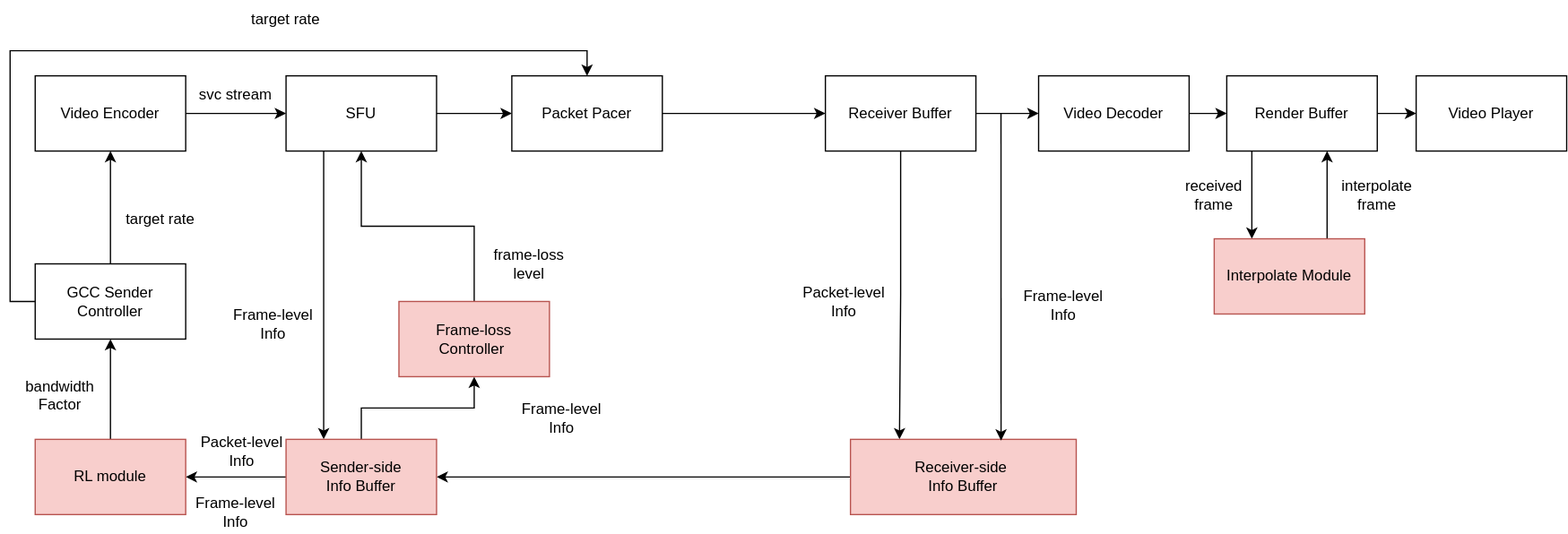
Before: system.drawio.svg, a diagram exported from draw.io (xiaosayin/c-educoder). Source tidied: cells renumbered, new cells last; positions are measured from the earlier drawing's top-left corner, leaving out a move shared by most shapes.
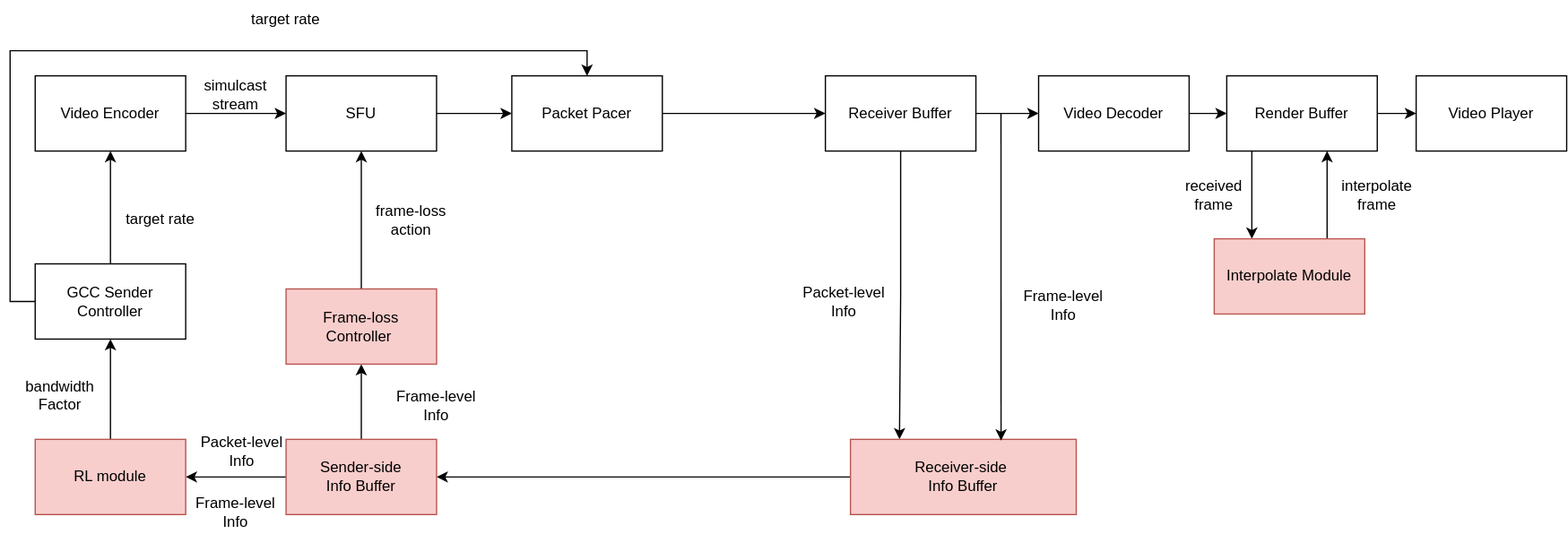
After the commit.

Change to the diagram source:
```diff
@@ -11,13 +11,10 @@
     <mxCell id="4" style="edgeStyle=orthogonalEdgeStyle;rounded=0;jettySize=auto;html=1;" parent="1" edge="1" source="6" target="9">
       <mxGeometry relative="1" as="geometry" />
     </mxCell>
-    <mxCell id="5" style="edgeStyle=orthogonalEdgeStyle;rounded=0;jettySize=auto;html=1;exitX=0.25;exitY=1;exitDx=0;exitDy=0;entryX=0.25;entryY=0;entryDx=0;entryDy=0;" parent="1" edge="1" source="6" target="30">
-      <mxGeometry relative="1" as="geometry" />
-    </mxCell>
     <mxCell id="6" value="SFU" style="rounded=0;whiteSpace=wrap;html=1;" parent="1" vertex="1">
       <mxGeometry x="210" y="60" width="120" height="60" as="geometry" />
     </mxCell>
-    <mxCell id="7" value="svc stream" style="text;html=1;strokeColor=none;fillColor=none;align=center;verticalAlign=middle;whiteSpace=wrap;rounded=0;" parent="1" vertex="1">
+    <mxCell id="7" value="simulcast stream" style="text;html=1;strokeColor=none;fillColor=none;align=center;verticalAlign=middle;whiteSpace=wrap;rounded=0;" parent="1" vertex="1">
       <mxGeometry x="140" y="60" width="60" height="30" as="geometry" />
     </mxCell>
     <mxCell id="8" style="edgeStyle=orthogonalEdgeStyle;rounded=0;jettySize=auto;html=1;exitX=1;exitY=0.5;exitDx=0;exitDy=0;" parent="1" edge="1" source="9" target="12">
@@ -110,10 +107,10 @@
       <mxGeometry relative="1" as="geometry" />
     </mxCell>
     <mxCell id="32" value="Frame-loss Controller&amp;nbsp;" style="rounded=0;whiteSpace=wrap;html=1;fillColor=#f8cecc;strokeColor=#b85450;" parent="1" vertex="1">
-      <mxGeometry x="300" y="240" width="120" height="60" as="geometry" />
+      <mxGeometry x="210" y="230" width="120" height="60" as="geometry" />
     </mxCell>
     <mxCell id="33" value="Frame-level&lt;br&gt;Info" style="text;html=1;strokeColor=none;fillColor=none;align=center;verticalAlign=middle;whiteSpace=wrap;rounded=0;" parent="1" vertex="1">
-      <mxGeometry x="380" y="315" width="100" height="35" as="geometry" />
+      <mxGeometry x="280" y="305" width="100" height="35" as="geometry" />
     </mxCell>
     <mxCell id="34" style="edgeStyle=orthogonalEdgeStyle;rounded=0;jettySize=auto;html=1;" parent="1" edge="1" source="35" target="40">
       <mxGeometry relative="1" as="geometry" />
@@ -145,11 +142,8 @@
     <mxCell id="43" value="target rate" style="text;html=1;strokeColor=none;fillColor=none;align=center;verticalAlign=middle;whiteSpace=wrap;rounded=0;" parent="1" vertex="1">
       <mxGeometry x="180" width="60" height="30" as="geometry" />
     </mxCell>
-    <mxCell id="44" value="Frame-level&lt;br&gt;Info" style="text;html=1;strokeColor=none;fillColor=none;align=center;verticalAlign=middle;whiteSpace=wrap;rounded=0;" parent="1" vertex="1">
-      <mxGeometry x="150" y="240" width="100" height="35" as="geometry" />
-    </mxCell>
-    <mxCell id="45" value="frame-loss level" style="text;html=1;strokeColor=none;fillColor=none;align=center;verticalAlign=middle;whiteSpace=wrap;rounded=0;" parent="1" vertex="1">
-      <mxGeometry x="374" y="195" width="60" height="30" as="geometry" />
+    <mxCell id="45" value="frame-loss action" style="text;html=1;strokeColor=none;fillColor=none;align=center;verticalAlign=middle;whiteSpace=wrap;rounded=0;" parent="1" vertex="1">
+      <mxGeometry x="280" y="160" width="60" height="30" as="geometry" />
     </mxCell>
   </root>
 </mxGraphModel>
```
